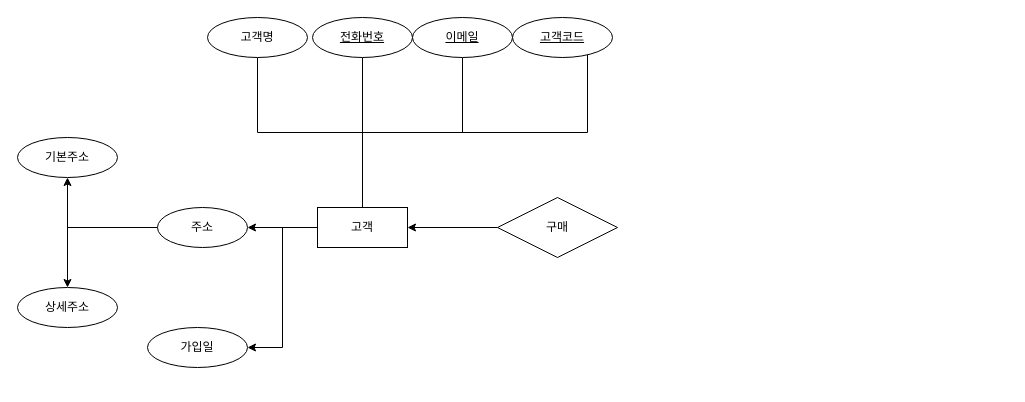
Heailey/ERD keeps this draw.io diagram as 제목 없는 다이어그램.drawio. Above is the earlier version. Source tidied: cells renumbered, new cells numbered last; positions are measured from the earlier drawing's top-left corner, leaving out a move shared by most shapes. Both pictures are drawn from the tidied source at 100%, with x=0, y=0 at pixel (17, 17).
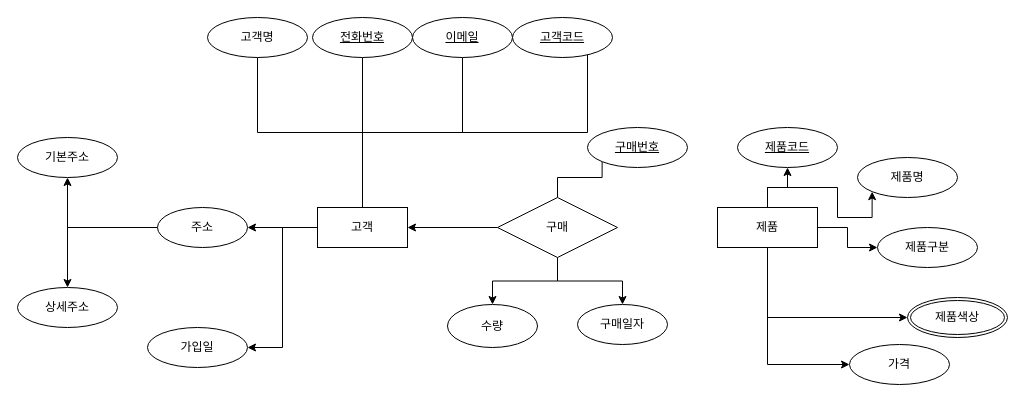
After the change.

Commit message:
제목 없는 다이어그램.drawio 업데이트

Unchanged cells that the change refers to:
```xml
<mxCell id="20" value="구매" style="shape=rhombus;perimeter=rhombusPerimeter;whiteSpace=wrap;html=1;align=center;" parent="1" vertex="1">
  <mxGeometry x="480" y="180" width="120" height="60" as="geometry" />
</mxCell>
```

What changed in the source:
```diff
@@
+    <mxCell id="21" style="edgeStyle=orthogonalEdgeStyle;rounded=0;jettySize=auto;html=1;exitX=0.5;exitY=1;exitDx=0;exitDy=0;" parent="1" edge="1" source="20" target="30">
+      <mxGeometry relative="1" as="geometry" />
+    </mxCell>
+    <mxCell id="22" style="edgeStyle=orthogonalEdgeStyle;rounded=0;jettySize=auto;html=1;exitX=0.5;exitY=1;exitDx=0;exitDy=0;entryX=0.5;entryY=0;entryDx=0;entryDy=0;" parent="1" edge="1" source="20" target="31">
+      <mxGeometry relative="1" as="geometry" />
+    </mxCell>
+    <mxCell id="23" style="edgeStyle=orthogonalEdgeStyle;rounded=0;jettySize=auto;html=1;exitX=0.5;exitY=0;exitDx=0;exitDy=0;entryX=0;entryY=1;entryDx=0;entryDy=0;endArrow=none;endFill=0;" parent="1" edge="1" source="20" target="37">
+      <mxGeometry relative="1" as="geometry" />
+    </mxCell>
@@
+    <mxCell id="24" style="edgeStyle=orthogonalEdgeStyle;rounded=0;jettySize=auto;html=1;exitX=0.5;exitY=0;exitDx=0;exitDy=0;" parent="1" edge="1" source="29" target="32">
+      <mxGeometry relative="1" as="geometry" />
+    </mxCell>
+    <mxCell id="25" style="edgeStyle=orthogonalEdgeStyle;rounded=0;jettySize=auto;html=1;exitX=0.5;exitY=0;exitDx=0;exitDy=0;entryX=0;entryY=1;entryDx=0;entryDy=0;" parent="1" edge="1" source="29" target="33">
+      <mxGeometry relative="1" as="geometry" />
+    </mxCell>
+    <mxCell id="26" style="edgeStyle=orthogonalEdgeStyle;rounded=0;jettySize=auto;html=1;exitX=1;exitY=0.5;exitDx=0;exitDy=0;" parent="1" edge="1" source="29" target="34">
+      <mxGeometry relative="1" as="geometry" />
+    </mxCell>
+    <mxCell id="27" style="edgeStyle=orthogonalEdgeStyle;rounded=0;jettySize=auto;html=1;exitX=0.5;exitY=1;exitDx=0;exitDy=0;entryX=0;entryY=0.5;entryDx=0;entryDy=0;" parent="1" edge="1" source="29" target="35">
+      <mxGeometry relative="1" as="geometry" />
+    </mxCell>
+    <mxCell id="28" style="edgeStyle=orthogonalEdgeStyle;rounded=0;jettySize=auto;html=1;exitX=0.5;exitY=1;exitDx=0;exitDy=0;entryX=0;entryY=0.5;entryDx=0;entryDy=0;" parent="1" edge="1" source="29" target="36">
+      <mxGeometry relative="1" as="geometry" />
+    </mxCell>
+    <mxCell id="29" value="제품" style="whiteSpace=wrap;html=1;align=center;" parent="1" vertex="1">
+      <mxGeometry x="700" y="190" width="100" height="40" as="geometry" />
+    </mxCell>
+    <mxCell id="30" value="수량" style="ellipse;whiteSpace=wrap;html=1;align=center;" parent="1" vertex="1">
+      <mxGeometry x="430" y="287" width="90" height="43" as="geometry" />
+    </mxCell>
+    <mxCell id="31" value="구매일자" style="ellipse;whiteSpace=wrap;html=1;align=center;" parent="1" vertex="1">
+      <mxGeometry x="560" y="287" width="90" height="40" as="geometry" />
+    </mxCell>
+    <mxCell id="32" value="제품코드" style="ellipse;whiteSpace=wrap;html=1;align=center;fontStyle=4;" parent="1" vertex="1">
+      <mxGeometry x="720" y="110" width="100" height="40" as="geometry" />
+    </mxCell>
+    <mxCell id="33" value="제품명" style="ellipse;whiteSpace=wrap;html=1;align=center;" parent="1" vertex="1">
+      <mxGeometry x="840" y="140" width="100" height="40" as="geometry" />
+    </mxCell>
+    <mxCell id="34" value="제품구분" style="ellipse;whiteSpace=wrap;html=1;align=center;" parent="1" vertex="1">
+      <mxGeometry x="860" y="210" width="100" height="40" as="geometry" />
+    </mxCell>
+    <mxCell id="35" value="제품색상" style="ellipse;shape=doubleEllipse;margin=3;whiteSpace=wrap;html=1;align=center;" parent="1" vertex="1">
+      <mxGeometry x="890" y="280" width="100" height="40" as="geometry" />
+    </mxCell>
+    <mxCell id="36" value="가격" style="ellipse;whiteSpace=wrap;html=1;align=center;" parent="1" vertex="1">
+      <mxGeometry x="832" y="327" width="100" height="40" as="geometry" />
+    </mxCell>
+    <mxCell id="37" value="구매번호" style="ellipse;whiteSpace=wrap;html=1;align=center;fontStyle=4;" parent="1" vertex="1">
+      <mxGeometry x="570" y="110" width="100" height="40" as="geometry" />
+    </mxCell>
```
